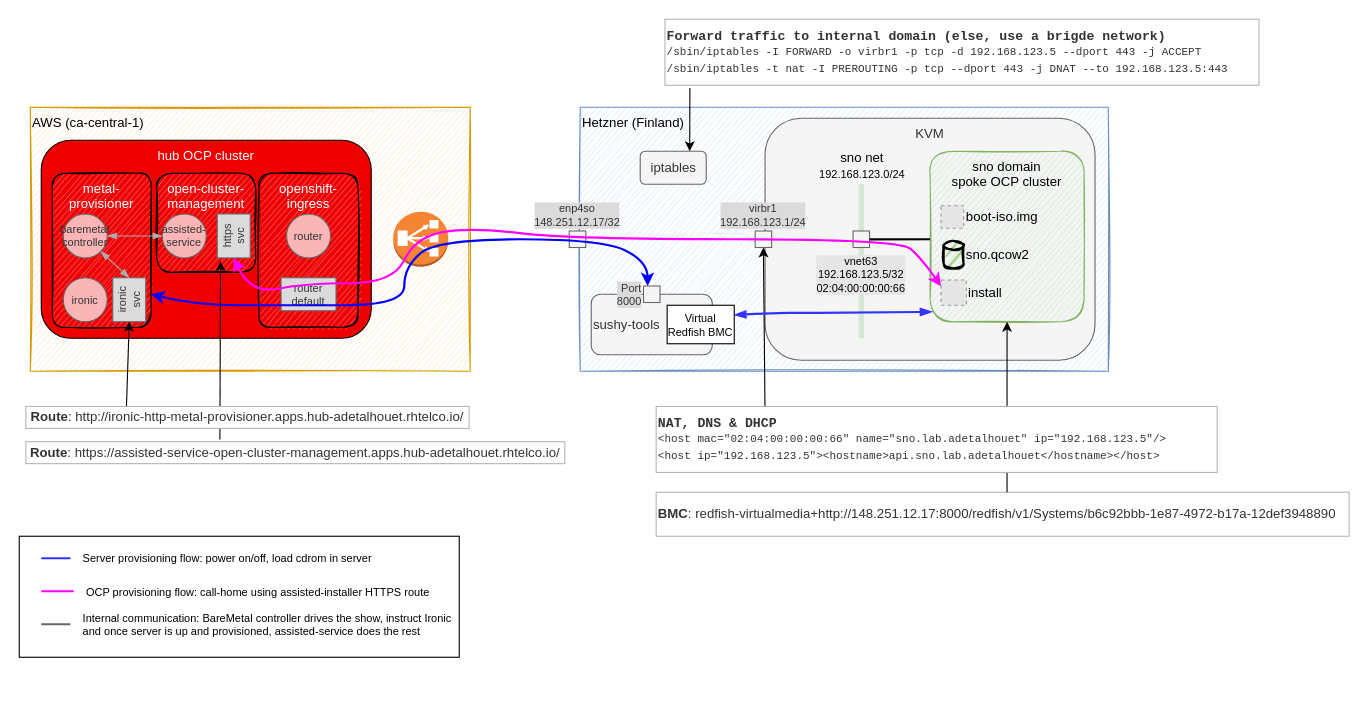
adetalhouet/ocp-gitops keeps this draw.io diagram as ztp/doc/resources/ocp-ztp.drawio. Above is the earlier version. Source tidied: cells renumbered, new cells numbered last; positions are measured from the earlier drawing's top-left corner, leaving out a move shared by most shapes. Both pictures are drawn from the tidied source at 110%, with x=0, y=0 at pixel (19, 19). Pictures stored in the file or linked from it are replaced by grey dashed boxes.
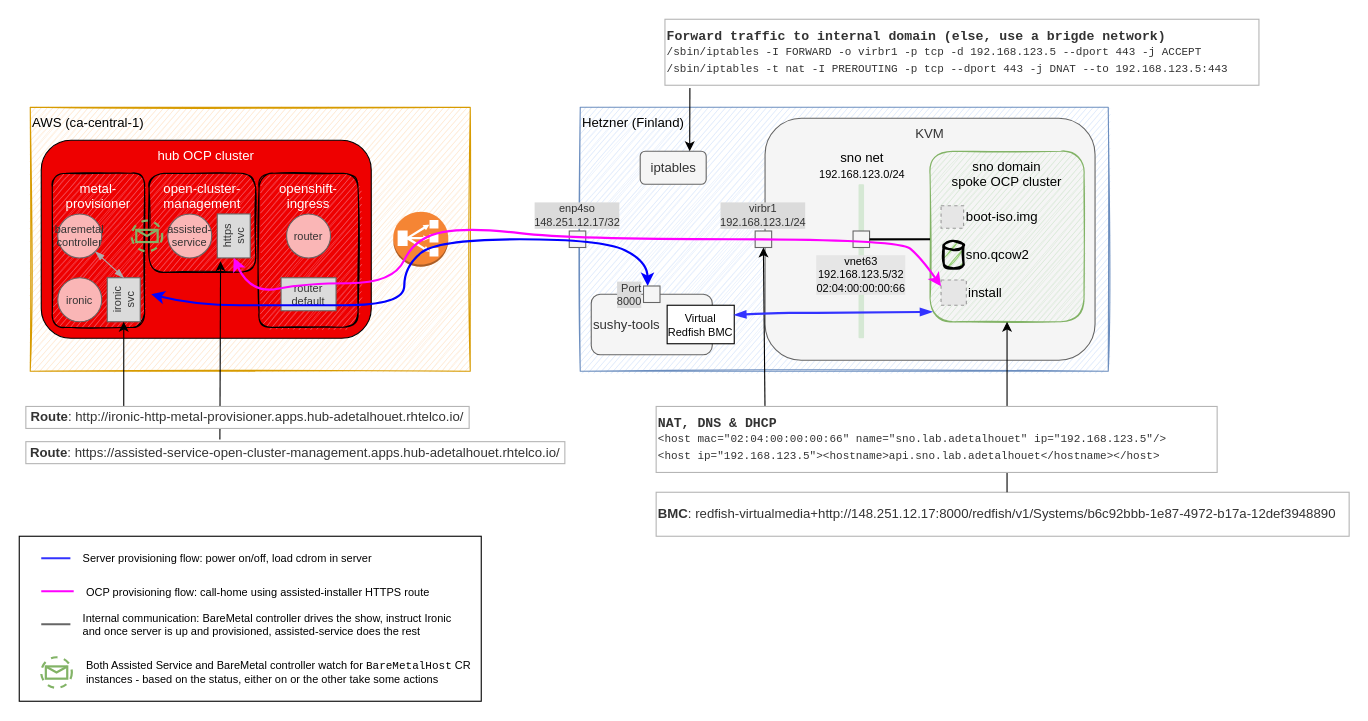
The same page after the edit.

Commit message (it also covers changes not shown here):
Add missing BMH CRD watch

The change refers to these unchanged cells:
```xml
<mxCell id="32" value="&lt;b&gt;Route&lt;/b&gt;: http://ironic-http-metal-provisioner.apps.hub-adetalhouet.rhtelco.io/" style="text;html=1;align=center;verticalAlign=middle;whiteSpace=wrap;rounded=0;fontColor=#333333;fillColor=#ffffff;strokeWidth=1;strokeColor=#B5B5B5;" parent="1" vertex="1">
  <mxGeometry x="6" y="352" width="403" height="20" as="geometry" />
</mxCell>
```

What changed in the source:
```diff
@@
     <mxCell id="2" style="rounded=0;whiteSpace=wrap;html=1;glass=0;labelBackgroundColor=#ffffff;sketch=0;fontFamily=Helvetica;fontSize=10;fontColor=#000000;gradientColor=none;align=left;verticalAlign=middle;" parent="1" vertex="1">
-      <mxGeometry y="470" width="400" height="110" as="geometry" />
+      <mxGeometry y="470" width="420" height="150" as="geometry" />
     </mxCell>
@@
     <mxCell id="5" value="metal-provisioner" style="rounded=1;whiteSpace=wrap;html=1;align=center;verticalAlign=top;fillColor=#F5606D;fontColor=#FFFFFF;glass=0;sketch=1;" parent="1" vertex="1">
-      <mxGeometry x="30" y="140" width="90" height="140" as="geometry" />
+      <mxGeometry x="30" y="140" width="84" height="140" as="geometry" />
     </mxCell>
     <mxCell id="6" value="&lt;div style=&quot;font-size: 10px;&quot;&gt;&lt;span style=&quot;font-size: 10px;&quot;&gt;baremetal controller&lt;/span&gt;&lt;/div&gt;" style="ellipse;whiteSpace=wrap;html=1;align=center;verticalAlign=middle;strokeColor=#666666;fontColor=#333333;fillColor=#FAB6B6;labelPosition=center;verticalLabelPosition=middle;fontSize=10;" parent="1" vertex="1">
-      <mxGeometry x="40" y="177" width="40" height="40" as="geometry" />
+      <mxGeometry x="35" y="177" width="40" height="40" as="geometry" />
     </mxCell>
     <mxCell id="7" value="&lt;div style=&quot;font-size: 10px;&quot;&gt;&lt;span style=&quot;font-size: 10px;&quot;&gt;ironic&lt;/span&gt;&lt;/div&gt;" style="ellipse;whiteSpace=wrap;html=1;align=center;verticalAlign=middle;strokeColor=#666666;fontColor=#333333;fillColor=#FAB6B6;fontSize=10;" parent="1" vertex="1">
-      <mxGeometry x="40" y="235" width="40" height="40" as="geometry" />
+      <mxGeometry x="35" y="235" width="40" height="40" as="geometry" />
     </mxCell>
     <mxCell id="8" value="ironic svc" style="rounded=0;whiteSpace=wrap;html=1;align=center;verticalAlign=middle;strokeColor=#666666;fontColor=#333333;fillColor=#DBDBDB;rotation=-90;fontSize=10;" parent="1" vertex="1">
-      <mxGeometry x="80" y="240" width="40" height="30" as="geometry" />
+      <mxGeometry x="75" y="240" width="40" height="30" as="geometry" />
     </mxCell>
@@
-    <mxCell id="13" style="endArrow=classic;html=1;entryX=0;entryY=0.5;entryDx=0;entryDy=0;fillColor=#f5f5f5;exitX=0.227;exitY=-0.021;exitDx=0;exitDy=0;exitPerimeter=0;" parent="1" edge="1" source="32" target="8">
-      <mxGeometry relative="1" as="geometry" />
+    <mxCell id="13" style="endArrow=classic;html=1;entryX=0;entryY=0.5;entryDx=0;entryDy=0;fillColor=#f5f5f5;" parent="1" edge="1" target="8">
+      <mxGeometry relative="1" as="geometry">
+        <mxPoint x="95" y="352" as="sourcePoint" />
+      </mxGeometry>
     </mxCell>
@@
     <mxCell id="26" value="open-cluster-management" style="rounded=1;whiteSpace=wrap;html=1;align=center;verticalAlign=top;fillColor=#F5606D;fontColor=#FFFFFF;glass=0;sketch=1;" parent="1" vertex="1">
-      <mxGeometry x="125" y="140" width="90" height="90" as="geometry" />
+      <mxGeometry x="118" y="140" width="97" height="90" as="geometry" />
     </mxCell>
     <mxCell id="27" value="&lt;div style=&quot;font-size: 10px;&quot;&gt;&lt;span style=&quot;font-size: 10px;&quot;&gt;assisted-service&lt;/span&gt;&lt;/div&gt;" style="ellipse;whiteSpace=wrap;html=1;align=center;verticalAlign=middle;strokeColor=#666666;fontColor=#333333;fillColor=#FAB6B6;fontSize=10;" parent="1" vertex="1">
-      <mxGeometry x="130" y="177" width="40" height="40" as="geometry" />
+      <mxGeometry x="135" y="177" width="40" height="40" as="geometry" />
     </mxCell>
@@
-    <mxCell id="33" style="endArrow=blockThin;startArrow=blockThin;html=1;fontSize=10;fontColor=#000000;strokeWidth=1;exitX=1;exitY=0.5;exitDx=0;exitDy=0;entryX=0;entryY=0.5;entryDx=0;entryDy=0;fillColor=#f5f5f5;startFill=1;endFill=1;strokeColor=#ADADAD;" parent="1" edge="1" source="6" target="27">
-      <mxGeometry relative="1" as="geometry" />
-    </mxCell>
     <mxCell id="34" style="endArrow=blockThin;startArrow=blockThin;html=1;fontSize=10;fontColor=#000000;strokeWidth=1;entryX=1;entryY=1;entryDx=0;entryDy=0;fillColor=#f5f5f5;startFill=1;endFill=1;strokeColor=#ADADAD;" parent="1" edge="1" target="6">
       <mxGeometry relative="1" as="geometry">
-        <mxPoint x="100" y="235" as="sourcePoint" />
+        <mxPoint x="95" y="235" as="sourcePoint" />
       </mxGeometry>
     </mxCell>
@@
+    <mxCell id="50" style="shape=mxgraph.bpmn.event;html=1;verticalLabelPosition=bottom;labelBackgroundColor=#ffffff;verticalAlign=top;align=center;perimeter=ellipsePerimeter;outline=eventNonint;symbol=message;rounded=0;glass=0;sketch=0;fontFamily=Helvetica;fontSize=10;strokeColor=#82b366;strokeWidth=2;fillColor=none;" parent="1" vertex="1">
+      <mxGeometry x="102.2" y="183.1" width="27.8" height="27.8" as="geometry" />
+    </mxCell>
+    <mxCell id="51" value="&amp;nbsp; &amp;nbsp; Both Assisted Service and BareMetal controller watch for &lt;font face=&quot;Courier New&quot;&gt;BareMetalHost&lt;/font&gt; CR &lt;br&gt;&amp;nbsp; &amp;nbsp; instances - based on the status, either on or the other take some actions" style="shape=mxgraph.bpmn.event;html=1;verticalLabelPosition=middle;labelBackgroundColor=#ffffff;verticalAlign=middle;align=left;perimeter=ellipsePerimeter;outline=eventNonint;symbol=message;rounded=0;glass=0;sketch=0;fontFamily=Helvetica;fontSize=10;strokeColor=#82b366;strokeWidth=2;fillColor=none;labelPosition=right;" parent="1" vertex="1">
+      <mxGeometry x="20" y="580" width="27.8" height="27.8" as="geometry" />
+    </mxCell>
```
